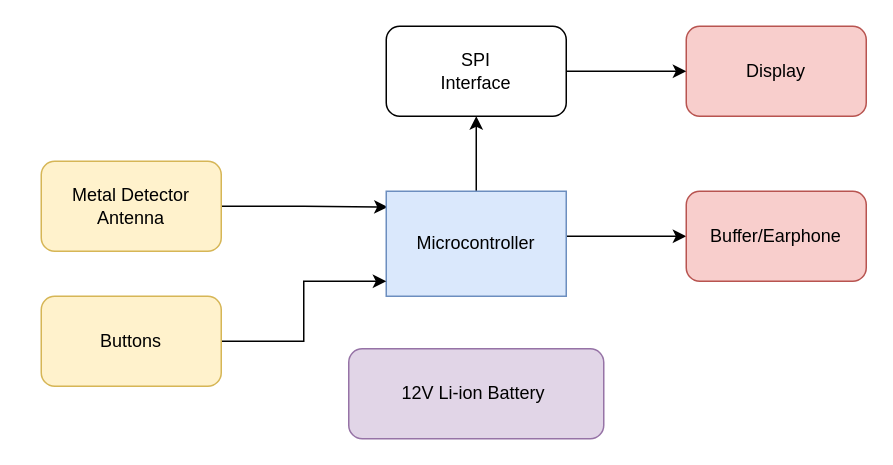
This is Metal Dedektör.drawio from metevs09/Metal_Dedector, a draw.io file, before an edit. Source tidied: cells renumbered, new cells numbered last; positions are measured from the earlier drawing's top-left corner, leaving out a move shared by most shapes. Both pictures are drawn from the tidied source at 150%, with x=0, y=0 at pixel (40, 26).
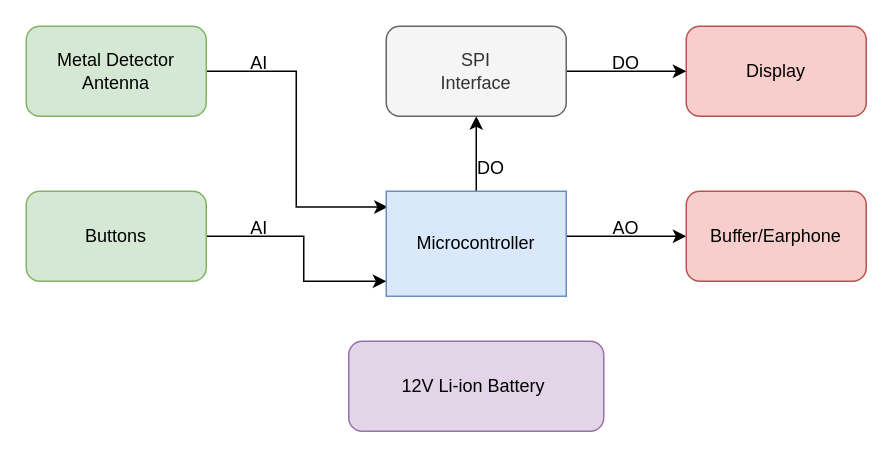
The same page after the edit.

Diff of the diagram source:
```diff
@@
-    <mxCell id="3" value="Metal Detector Antenna" style="rounded=1;whiteSpace=wrap;html=1;fillColor=#fff2cc;strokeColor=#d6b656;" parent="1" vertex="1">
-      <mxGeometry y="90" width="120" height="60" as="geometry" />
+    <mxCell id="3" value="Metal Detector Antenna" style="rounded=1;whiteSpace=wrap;html=1;fillColor=#d5e8d4;strokeColor=#82b366;" parent="1" vertex="1">
+      <mxGeometry x="-10" width="120" height="60" as="geometry" />
     </mxCell>
@@
     <mxCell id="7" style="edgeStyle=orthogonalEdgeStyle;rounded=0;jettySize=auto;html=1;" parent="1" edge="1" source="8">
       <mxGeometry relative="1" as="geometry">
         <mxPoint x="230" y="170" as="targetPoint" />
         <Array as="points">
-          <mxPoint x="175" y="210" />
+          <mxPoint x="175" y="140" />
           <mxPoint x="175" y="170" />
         </Array>
       </mxGeometry>
     </mxCell>
-    <mxCell id="8" value="Buttons" style="rounded=1;whiteSpace=wrap;html=1;fillColor=#fff2cc;strokeColor=#d6b656;" parent="1" vertex="1">
-      <mxGeometry y="180" width="120" height="60" as="geometry" />
+    <mxCell id="8" value="Buttons" style="rounded=1;whiteSpace=wrap;html=1;fillColor=#d5e8d4;strokeColor=#82b366;" parent="1" vertex="1">
+      <mxGeometry x="-10" y="110" width="120" height="60" as="geometry" />
     </mxCell>
     <mxCell id="9" value="12V Li-ion Battery&amp;nbsp;" style="rounded=1;whiteSpace=wrap;html=1;fillColor=#e1d5e7;strokeColor=#9673a6;" parent="1" vertex="1">
-      <mxGeometry x="205" y="215" width="170" height="60" as="geometry" />
+      <mxGeometry x="205" y="210" width="170" height="60" as="geometry" />
     </mxCell>
@@
-    <mxCell id="13" value="SPI &lt;br&gt;Interface" style="rounded=1;whiteSpace=wrap;html=1;" parent="1" vertex="1">
+    <mxCell id="13" value="SPI &lt;br&gt;Interface" style="rounded=1;whiteSpace=wrap;html=1;fillColor=#f5f5f5;fontColor=#333333;strokeColor=#666666;" parent="1" vertex="1">
       <mxGeometry x="230" width="120" height="60" as="geometry" />
     </mxCell>
+    <mxCell id="14" value="AI" style="text;html=1;align=center;verticalAlign=middle;strokeColor=none;fillColor=none;" parent="1" vertex="1">
+      <mxGeometry x="130" y="10" width="30" height="30" as="geometry" />
+    </mxCell>
+    <mxCell id="15" value="AI" style="text;html=1;align=center;verticalAlign=middle;strokeColor=none;fillColor=none;" parent="1" vertex="1">
+      <mxGeometry x="130" y="120" width="30" height="30" as="geometry" />
+    </mxCell>
+    <mxCell id="16" value="AO" style="text;html=1;strokeColor=none;fillColor=none;align=center;verticalAlign=middle;whiteSpace=wrap;rounded=0;" parent="1" vertex="1">
+      <mxGeometry x="360" y="130" width="60" height="10" as="geometry" />
+    </mxCell>
+    <mxCell id="17" value="DO" style="text;html=1;strokeColor=none;fillColor=none;align=center;verticalAlign=middle;whiteSpace=wrap;rounded=0;" parent="1" vertex="1">
+      <mxGeometry x="360" y="20" width="60" height="10" as="geometry" />
+    </mxCell>
+    <mxCell id="18" value="DO" style="text;html=1;strokeColor=none;fillColor=none;align=center;verticalAlign=middle;whiteSpace=wrap;rounded=0;" parent="1" vertex="1">
+      <mxGeometry x="270" y="90" width="60" height="10" as="geometry" />
+    </mxCell>
```
